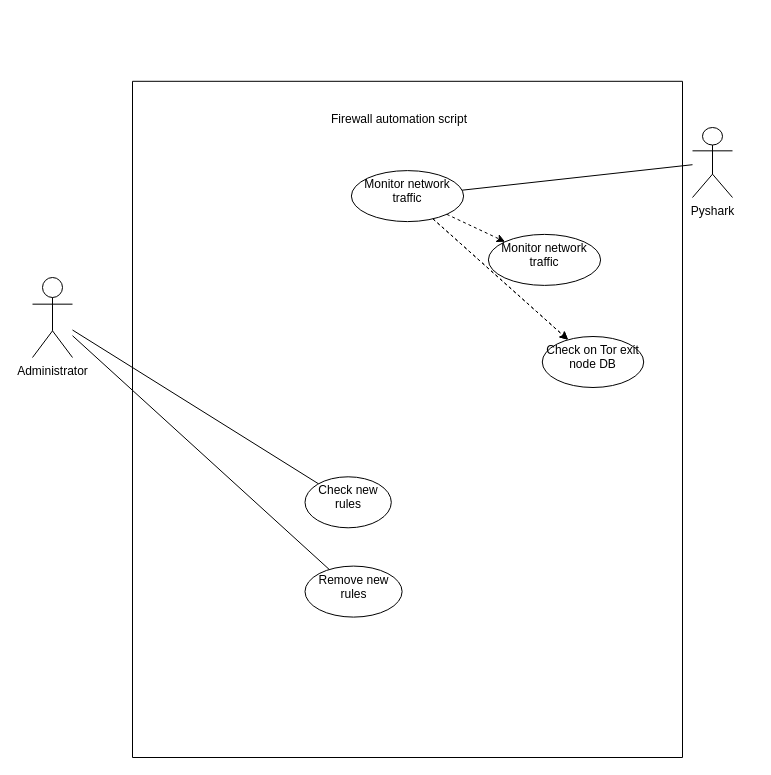
This is Untitled Diagram.drawio from MaduraJ/Network-traffic-data-Visualization-tool-for-pfsense, a draw.io file, before an edit. Source tidied: cells renumbered, new cells numbered last; positions are measured from the earlier drawing's top-left corner, leaving out a move shared by most shapes. Both pictures are drawn from the tidied source at 100%, with x=0, y=0 at pixel (32, 17).
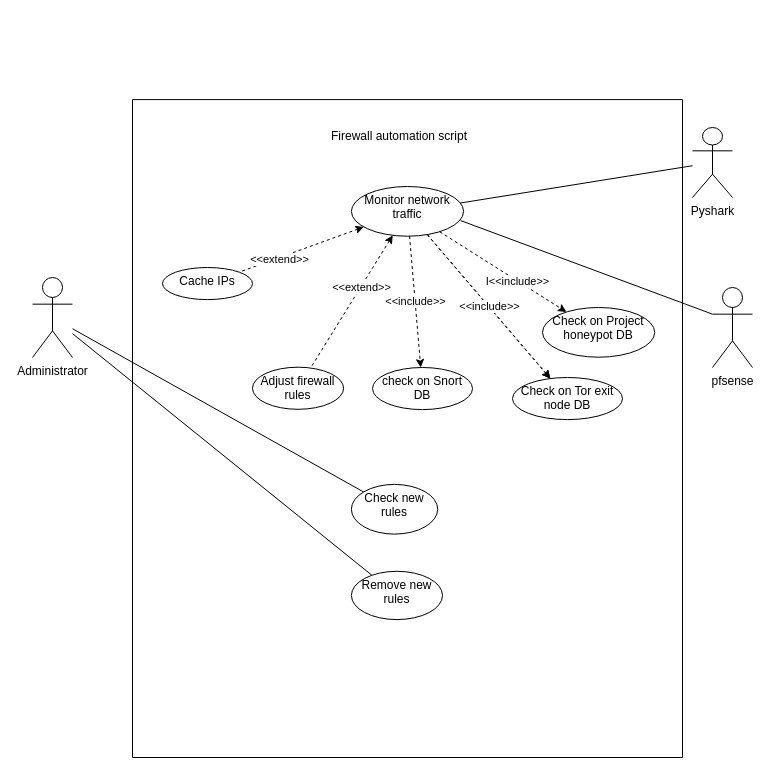
The same diagram, later.

Unchanged cells that the change refers to:
```xml
<mxCell id="15" style="edgeStyle=none;rounded=0;jettySize=auto;html=1;dashed=1;startArrow=none;startFill=0;endArrow=classic;endFill=1;" parent="6" edge="1" source="11" target="14">
  <mxGeometry relative="1" as="geometry" />
</mxCell>
```

The edit, as a diff of the source:
```diff
@@
     <mxCell id="5" style="group;" parent="1" vertex="1">
-      <mxGeometry x="100" width="550" height="740" as="geometry" />
+      <mxGeometry x="100" y="20" width="550" height="720" as="geometry" />
     </mxCell>
     <mxCell id="6" style="swimlane;startSize=0;" parent="5" vertex="1">
-      <mxGeometry y="63.8" width="550" height="676.2" as="geometry" />
+      <mxGeometry y="62.1" width="550" height="657.9" as="geometry" />
     </mxCell>
     <mxCell id="7" value="Firewall automation script" style="text;html=1;strokeColor=none;fillColor=none;align=center;verticalAlign=middle;whiteSpace=wrap;rounded=0;" parent="6" vertex="1">
-      <mxGeometry x="183.3" y="12.8" width="168.2" height="51" as="geometry" />
+      <mxGeometry x="183.3" y="12.4" width="168.2" height="49.7" as="geometry" />
     </mxCell>
     <mxCell id="8" value="&lt;div align=&quot;center&quot;&gt;Check new rules&lt;/div&gt;" style="ellipse;whiteSpace=wrap;html=1;verticalAlign=top;align=center;" parent="6" vertex="1">
-      <mxGeometry x="172.5" y="395.5" width="86.3" height="51" as="geometry" />
+      <mxGeometry x="218.9" y="384.8" width="86.3" height="49.7" as="geometry" />
     </mxCell>
     <mxCell id="9" value="Remove new rules" style="ellipse;whiteSpace=wrap;html=1;verticalAlign=top;" parent="6" vertex="1">
-      <mxGeometry x="172.5" y="484.8" width="97.1" height="51" as="geometry" />
+      <mxGeometry x="218.9" y="471.7" width="91.1" height="48.3" as="geometry" />
     </mxCell>
@@
     <mxCell id="11" value="Monitor network traffic" style="ellipse;whiteSpace=wrap;html=1;verticalAlign=top;" parent="6" vertex="1">
-      <mxGeometry x="218.9" y="89.3" width="112.2" height="51" as="geometry" />
+      <mxGeometry x="218.9" y="86.9" width="112.2" height="49.7" as="geometry" />
     </mxCell>
     <mxCell id="12" value="Check on Tor exit node DB" style="ellipse;whiteSpace=wrap;html=1;verticalAlign=top;" parent="6" vertex="1">
-      <mxGeometry x="409.8" y="255.2" width="101.4" height="51" as="geometry" />
+      <mxGeometry x="380" y="277.9" width="110" height="42.1" as="geometry" />
     </mxCell>
-    <mxCell id="13" style="edgeStyle=none;rounded=0;jettySize=auto;html=1;endArrow=classic;endFill=1;dashed=1;startArrow=none;startFill=0;" parent="6" edge="1" source="11" target="12">
+    <mxCell id="13" value="&amp;lt;&amp;lt;include&amp;gt;&amp;gt;" style="edgeStyle=none;rounded=0;jettySize=auto;html=1;endArrow=classic;endFill=1;dashed=1;startArrow=none;startFill=0;" parent="6" edge="1" source="11" target="12">
       <mxGeometry relative="1" as="geometry" />
     </mxCell>
-    <mxCell id="14" value="Monitor network traffic" style="ellipse;whiteSpace=wrap;html=1;verticalAlign=top;" parent="6" vertex="1">
-      <mxGeometry x="355.9" y="153.1" width="112.2" height="51" as="geometry" />
+    <mxCell id="14" value="Check on Project honeypot DB" style="ellipse;whiteSpace=wrap;html=1;verticalAlign=top;" parent="6" vertex="1">
+      <mxGeometry x="410" y="207.9" width="112.2" height="49.7" as="geometry" />
     </mxCell>
@@
+    <mxCell id="18" value="I&amp;lt;&amp;lt;include&amp;gt;&amp;gt;" style="edgeLabel;html=1;align=center;verticalAlign=middle;" parent="15" vertex="1">
+      <mxGeometry x="0.23" relative="1" as="geometry" />
+    </mxCell>
+    <mxCell id="19" value="check on Snort DB" style="ellipse;whiteSpace=wrap;html=1;verticalAlign=top;" parent="6" vertex="1">
+      <mxGeometry x="240" y="267.9" width="100" height="42.1" as="geometry" />
+    </mxCell>
+    <mxCell id="20" value="&amp;lt;&amp;lt;include&amp;gt;&amp;gt;" style="edgeStyle=none;rounded=0;jettySize=auto;html=1;dashed=1;startArrow=none;startFill=0;endArrow=classic;endFill=1;" parent="6" edge="1" source="11" target="19">
+      <mxGeometry relative="1" as="geometry" />
+    </mxCell>
+    <mxCell id="21" value="Cache IPs" style="ellipse;whiteSpace=wrap;html=1;verticalAlign=top;" parent="6" vertex="1">
+      <mxGeometry x="30" y="167.9" width="90" height="32.1" as="geometry" />
+    </mxCell>
+    <mxCell id="22" style="edgeStyle=none;rounded=0;jettySize=auto;html=1;dashed=1;startArrow=classic;startFill=1;endArrow=none;endFill=0;" parent="6" edge="1" source="11" target="21">
+      <mxGeometry relative="1" as="geometry" />
+    </mxCell>
+    <mxCell id="23" value="&amp;lt;&amp;lt;extend&amp;gt;&amp;gt;" style="edgeLabel;html=1;align=center;verticalAlign=middle;" parent="22" vertex="1">
+      <mxGeometry x="0.38" y="1" relative="1" as="geometry" />
+    </mxCell>
+    <mxCell id="24" value="Adjust firewall rules" style="ellipse;whiteSpace=wrap;html=1;verticalAlign=top;" parent="6" vertex="1">
+      <mxGeometry x="120" y="267.6" width="91.1" height="42.1" as="geometry" />
+    </mxCell>
+    <mxCell id="25" style="edgeStyle=none;rounded=0;jettySize=auto;html=1;dashed=1;startArrow=classic;startFill=1;endArrow=none;endFill=0;" parent="6" edge="1" source="11" target="24">
+      <mxGeometry relative="1" as="geometry" />
+    </mxCell>
+    <mxCell id="26" value="&amp;lt;&amp;lt;extend&amp;gt;&amp;gt;" style="edgeLabel;html=1;align=center;verticalAlign=middle;" parent="25" vertex="1">
+      <mxGeometry x="-0.22" relative="1" as="geometry" />
+    </mxCell>
@@
+    <mxCell id="27" style="edgeStyle=none;rounded=0;jettySize=auto;html=1;exitX=0;exitY=0.3333333333333333;exitDx=0;exitDy=0;exitPerimeter=0;entryX=0.973;entryY=0.685;entryDx=0;entryDy=0;entryPerimeter=0;startArrow=none;startFill=0;endArrow=none;endFill=0;" parent="1" edge="1" source="28" target="11">
+      <mxGeometry relative="1" as="geometry" />
+    </mxCell>
+    <mxCell id="28" value="pfsense" style="shape=umlActor;verticalLabelPosition=bottom;verticalAlign=top;html=1;outlineConnect=0;" parent="1" vertex="1">
+      <mxGeometry x="680" y="270" width="40" height="80" as="geometry" />
+    </mxCell>
```
